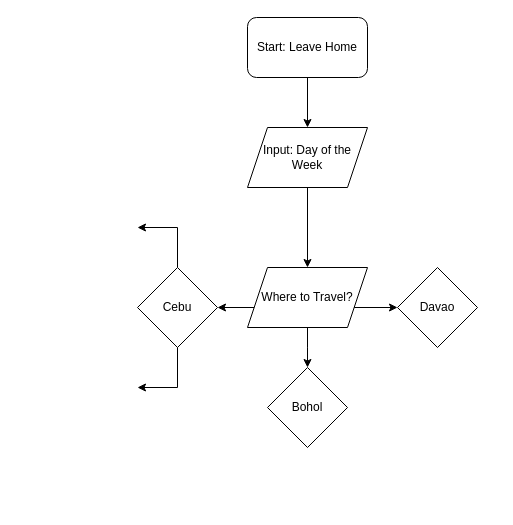
Earlier version of the draw.io diagram Untitled Diagram.drawio (PoserioJed/CCINCOML_EXERCISES_COM23P). Source tidied: cells renumbered, new cells numbered last; positions are measured from the earlier drawing's top-left corner, leaving out a move shared by most shapes. Both pictures are drawn from the tidied source at 100%, with x=0, y=0 at pixel (137, 17).
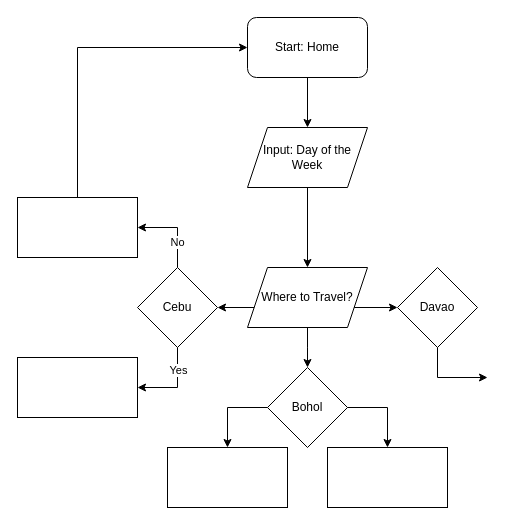
The same page after the edit.

The change refers to these unchanged cells:
```xml
<mxCell id="13" style="endArrow=classic;html=1;rounded=0;" parent="1" edge="1">
  <mxGeometry relative="1" as="geometry">
    <mxPoint x="40" y="250" as="sourcePoint" />
    <mxPoint y="210" as="targetPoint" />
    <Array as="points">
      <mxPoint x="40" y="210" />
    </Array>
  </mxGeometry>
</mxCell>
<mxCell id="14" style="endArrow=classic;html=1;rounded=0;" parent="1" edge="1">
  <mxGeometry relative="1" as="geometry">
    <mxPoint x="40" y="330" as="sourcePoint" />
    <mxPoint y="370" as="targetPoint" />
    <Array as="points">
      <mxPoint x="40" y="370" />
    </Array>
  </mxGeometry>
</mxCell>
```

Diff of the diagram source:
```diff
@@
-    <mxCell id="2" value="Start: Leave Home" style="rounded=1;whiteSpace=wrap;html=1;" parent="1" vertex="1">
+    <mxCell id="2" value="Start: Home" style="rounded=1;whiteSpace=wrap;html=1;" parent="1" vertex="1">
       <mxGeometry x="110" width="120" height="60" as="geometry" />
     </mxCell>
@@
+    <mxCell id="15" value="No" style="edgeLabel;html=1;align=center;verticalAlign=middle;" parent="13" vertex="1">
+      <mxGeometry x="-0.35" y="1" relative="1" as="geometry" />
+    </mxCell>
@@
+    <mxCell id="16" value="Yes" style="edgeLabel;html=1;align=center;verticalAlign=middle;" parent="14" vertex="1">
+      <mxGeometry x="-0.45" relative="1" as="geometry" />
+    </mxCell>
+    <mxCell id="17" style="rounded=0;whiteSpace=wrap;html=1;" parent="1" vertex="1">
+      <mxGeometry x="-120" y="180" width="120" height="60" as="geometry" />
+    </mxCell>
+    <mxCell id="18" style="rounded=0;whiteSpace=wrap;html=1;" parent="1" vertex="1">
+      <mxGeometry x="-120" y="340" width="120" height="60" as="geometry" />
+    </mxCell>
+    <mxCell id="19" style="endArrow=classic;html=1;rounded=0;entryX=0;entryY=0.5;entryDx=0;entryDy=0;" parent="1" edge="1" target="2">
+      <mxGeometry relative="1" as="geometry">
+        <mxPoint x="-60" y="180" as="sourcePoint" />
+        <Array as="points">
+          <mxPoint x="-60" y="30" />
+        </Array>
+      </mxGeometry>
+    </mxCell>
+    <mxCell id="20" style="endArrow=classic;html=1;rounded=0;" parent="1" edge="1">
+      <mxGeometry relative="1" as="geometry">
+        <mxPoint x="130" y="390" as="sourcePoint" />
+        <mxPoint x="90" y="430" as="targetPoint" />
+        <Array as="points">
+          <mxPoint x="90" y="390" />
+        </Array>
+      </mxGeometry>
+    </mxCell>
+    <mxCell id="21" style="endArrow=classic;html=1;rounded=0;" parent="1" edge="1">
+      <mxGeometry relative="1" as="geometry">
+        <mxPoint x="210" y="390" as="sourcePoint" />
+        <mxPoint x="250" y="430" as="targetPoint" />
+        <Array as="points">
+          <mxPoint x="250" y="390" />
+        </Array>
+      </mxGeometry>
+    </mxCell>
+    <mxCell id="22" style="rounded=0;whiteSpace=wrap;html=1;" parent="1" vertex="1">
+      <mxGeometry x="30" y="430" width="120" height="60" as="geometry" />
+    </mxCell>
+    <mxCell id="23" style="rounded=0;whiteSpace=wrap;html=1;" parent="1" vertex="1">
+      <mxGeometry x="190" y="430" width="120" height="60" as="geometry" />
+    </mxCell>
+    <mxCell id="24" style="endArrow=classic;html=1;rounded=0;" parent="1" edge="1">
+      <mxGeometry relative="1" as="geometry">
+        <mxPoint x="300" y="330" as="sourcePoint" />
+        <mxPoint x="350" y="360" as="targetPoint" />
+        <Array as="points">
+          <mxPoint x="300" y="360" />
+        </Array>
+      </mxGeometry>
+    </mxCell>
```
